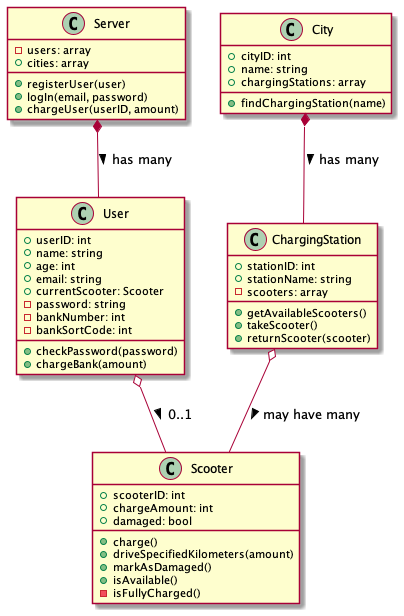
This is assignments/scooter_hire/uml/class_diagram.png from mylesgordon/bootcamp_examples, a PlantUML export, as it was before one commit.
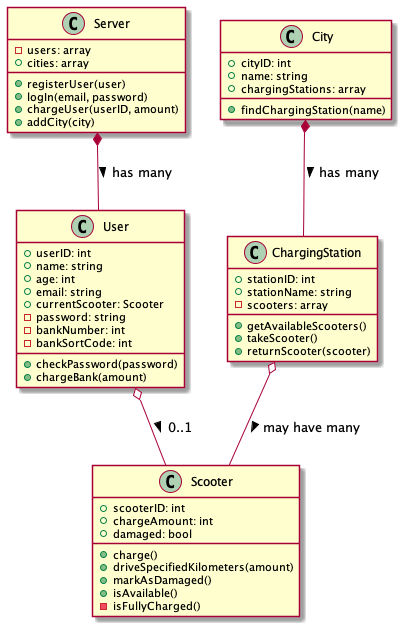
After the commit.

Commit message:
Scooter: added addCity to server

What changed in the source:
```diff
@@ -5,6 +5,7 @@
     + registerUser(user)
     + logIn(email, password)
     + chargeUser(userID, amount)
+    + addCity(city)
 }
 
 class User {
```
